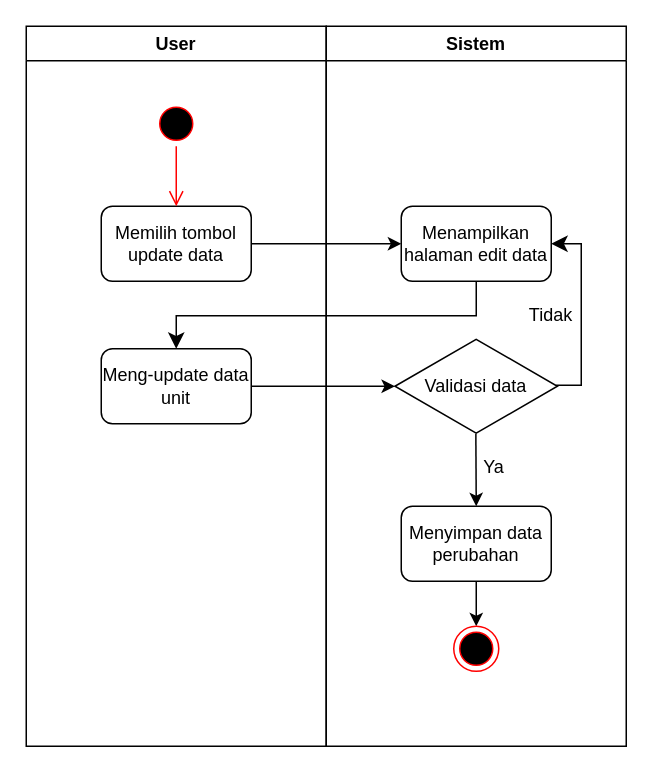
Earlier version of the draw.io diagram DOKUMENTASI IDMS/unit/updateunit.drawio (rismanrhz/idms). Source tidied: cells renumbered, new cells numbered last; positions are measured from the earlier drawing's top-left corner, leaving out a move shared by most shapes. Both pictures are drawn from the tidied source at 150%, with x=0, y=0 at pixel (26, 26).
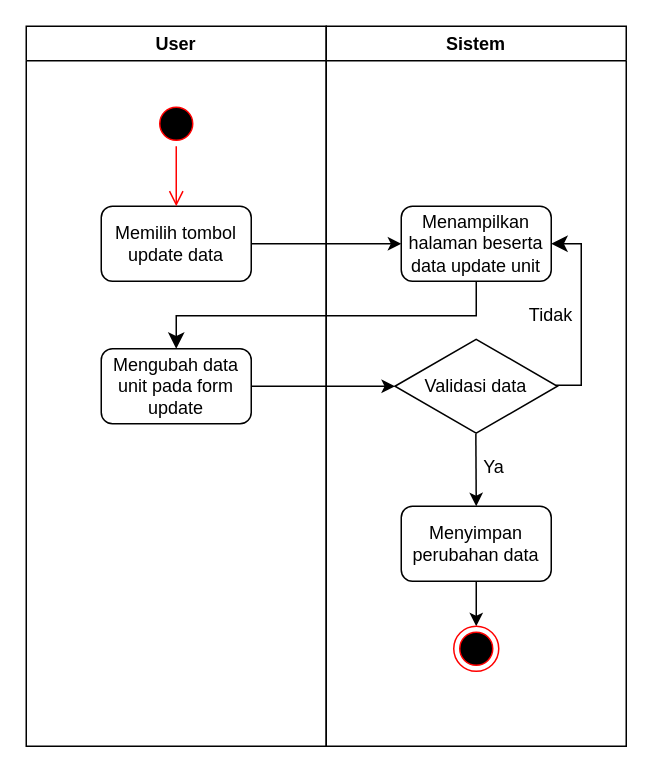
After the change.

The change refers to these unchanged cells:
```xml
<mxCell id="2" value="User" style="swimlane;whiteSpace=wrap;html=1;" parent="1" vertex="1">
  <mxGeometry width="200" height="480" as="geometry" />
</mxCell>
<mxCell id="7" value="Sistem" style="swimlane;whiteSpace=wrap;html=1;" parent="1" vertex="1">
  <mxGeometry x="200" width="200" height="480" as="geometry" />
</mxCell>
```

Diff of the diagram source:
```diff
@@
-    <mxCell id="6" value="Meng-update data unit" style="rounded=1;whiteSpace=wrap;html=1;" parent="2" vertex="1">
+    <mxCell id="6" value="Mengubah data unit pada form update" style="rounded=1;whiteSpace=wrap;html=1;" parent="2" vertex="1">
       <mxGeometry x="50" y="215" width="100" height="50" as="geometry" />
     </mxCell>
@@
-    <mxCell id="8" value="Menampilkan halaman edit data" style="rounded=1;whiteSpace=wrap;html=1;" parent="7" vertex="1">
+    <mxCell id="8" value="Menampilkan halaman beserta data update unit" style="rounded=1;whiteSpace=wrap;html=1;" parent="7" vertex="1">
       <mxGeometry x="50" y="120" width="100" height="50" as="geometry" />
     </mxCell>
@@
-    <mxCell id="13" value="Menyimpan data perubahan" style="rounded=1;whiteSpace=wrap;html=1;" parent="7" vertex="1">
+    <mxCell id="13" value="Menyimpan perubahan data" style="rounded=1;whiteSpace=wrap;html=1;" parent="7" vertex="1">
       <mxGeometry x="50" y="320" width="100" height="50" as="geometry" />
     </mxCell>
```
